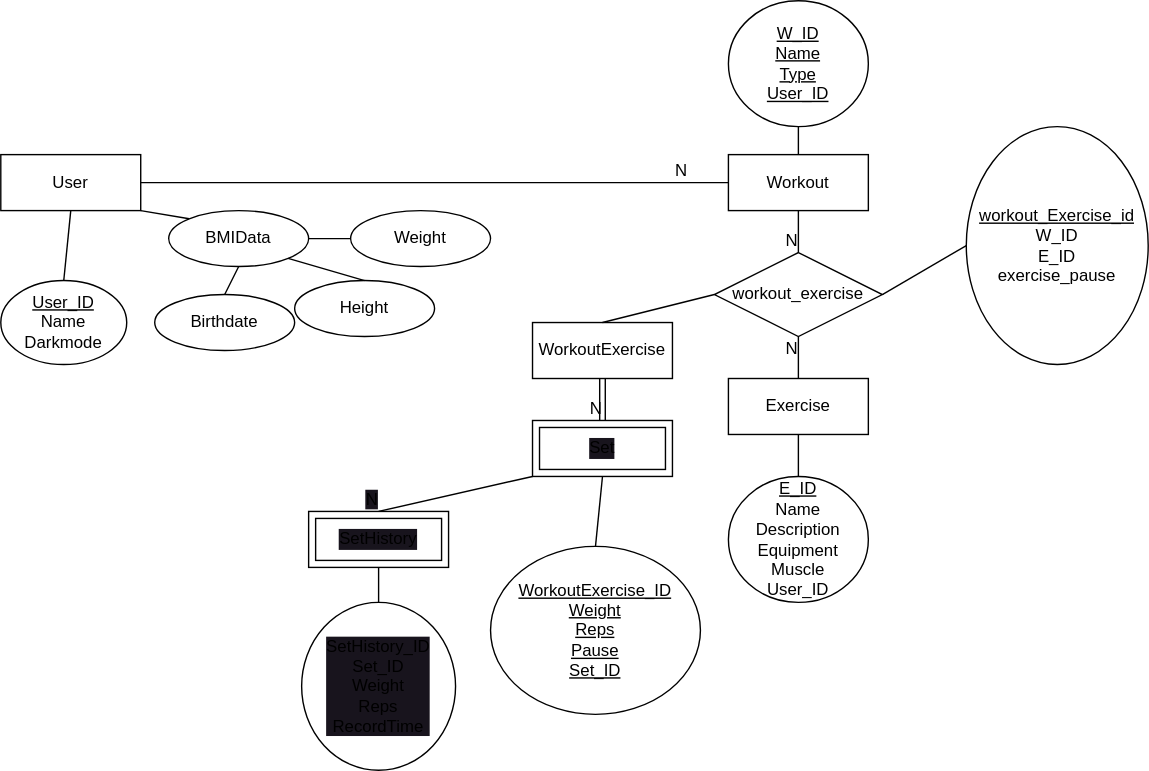
Earlier version of the draw.io export EER-Diagramm.drawio.svg (willizielke/FitnessWebAppDocumentation). Source tidied: cells renumbered, new cells last; positions are measured from the earlier drawing's top-left corner, leaving out a move shared by most shapes.
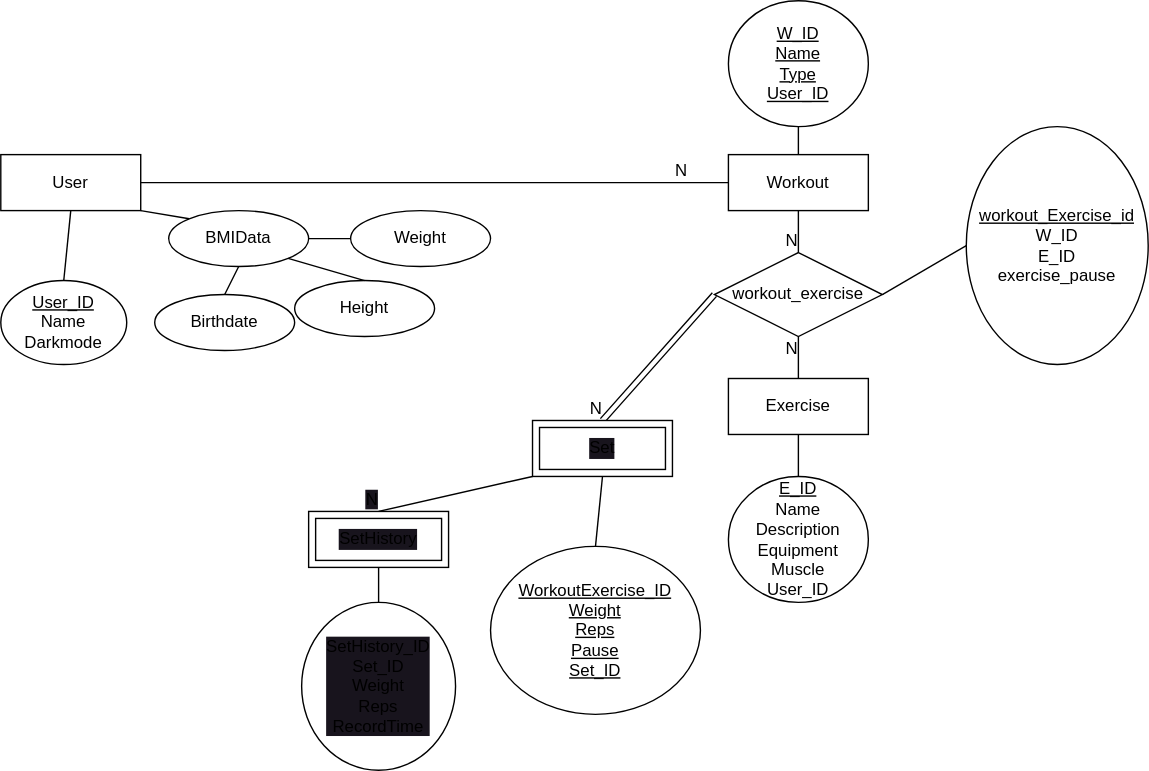
The same file after the commit.

Diff of the diagram source:
```diff
@@ -67,13 +67,7 @@
     <mxCell id="19" style="endArrow=none;html=1;rounded=0;exitX=1;exitY=0.5;exitDx=0;exitDy=0;entryX=0;entryY=0.5;entryDx=0;entryDy=0;" parent="1" edge="1" source="11" target="18">
       <mxGeometry relative="1" as="geometry" />
     </mxCell>
-    <mxCell id="20" value="WorkoutExercise" style="whiteSpace=wrap;html=1;align=center;" parent="1" vertex="1">
-      <mxGeometry x="380" y="230" width="100" height="40" as="geometry" />
-    </mxCell>
-    <mxCell id="21" style="endArrow=none;html=1;rounded=0;exitX=0.5;exitY=0;exitDx=0;exitDy=0;entryX=0;entryY=0.5;entryDx=0;entryDy=0;" parent="1" edge="1" source="20" target="11">
-      <mxGeometry relative="1" as="geometry" />
-    </mxCell>
-    <mxCell id="22" style="shape=link;html=1;rounded=0;exitX=0.5;exitY=1;exitDx=0;exitDy=0;entryX=0.5;entryY=0;entryDx=0;entryDy=0;" parent="1" edge="1" source="20" target="33">
+    <mxCell id="22" style="shape=link;html=1;rounded=0;exitX=0;exitY=0.5;exitDx=0;exitDy=0;entryX=0.5;entryY=0;entryDx=0;entryDy=0;" parent="1" edge="1" source="11" target="33">
       <mxGeometry relative="1" as="geometry" />
     </mxCell>
     <mxCell id="23" value="N" style="html=1;align=right;verticalAlign=bottom;" parent="22" vertex="1">
```
